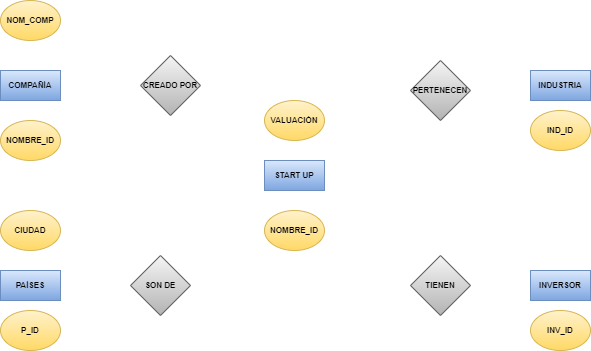
Above: Untitled Diagram.drawio.png in rakzw/Demo2 (draw.io), before the change. Source tidied: cells renumbered, new cells last; positions are measured from the earlier drawing's top-left corner, leaving out a move shared by most shapes. Source of this version:
```xml
<mxGraphModel>
  <root>
    <mxCell id="0" />
    <mxCell id="1" parent="0" />
    <mxCell id="2" value="INVERSOR" style="rounded=0;whiteSpace=wrap;html=1;fontSize=8;fontStyle=1;fillColor=#dae8fc;strokeColor=#6c8ebf;gradientColor=#7ea6e0;fontColor=#000000;" parent="1" vertex="1">
      <mxGeometry x="530" y="270" width="60" height="30" as="geometry" />
    </mxCell>
    <mxCell id="3" value="INDUSTRIA" style="rounded=0;whiteSpace=wrap;html=1;fontSize=8;fontStyle=1;fillColor=#dae8fc;strokeColor=#6c8ebf;gradientColor=#7ea6e0;fontColor=#000000;" parent="1" vertex="1">
      <mxGeometry x="530" y="70" width="60" height="30" as="geometry" />
    </mxCell>
    <mxCell id="4" value="START UP" style="rounded=0;whiteSpace=wrap;html=1;fontSize=8;fontStyle=1;fillColor=#dae8fc;strokeColor=#6c8ebf;gradientColor=#7ea6e0;fontColor=#000000;" parent="1" vertex="1">
      <mxGeometry x="264" y="160" width="60" height="30" as="geometry" />
    </mxCell>
    <mxCell id="5" value="PAÍSES" style="rounded=0;whiteSpace=wrap;html=1;fontSize=8;fontStyle=1;fillColor=#dae8fc;strokeColor=#6c8ebf;gradientColor=#7ea6e0;fontColor=#000000;" parent="1" vertex="1">
      <mxGeometry y="270" width="60" height="30" as="geometry" />
    </mxCell>
    <mxCell id="6" value="COMPAÑÍA" style="rounded=0;whiteSpace=wrap;html=1;fontSize=8;fontStyle=1;fillColor=#dae8fc;strokeColor=#6c8ebf;gradientColor=#7ea6e0;fontColor=#000000;" parent="1" vertex="1">
      <mxGeometry y="70" width="60" height="30" as="geometry" />
    </mxCell>
    <mxCell id="7" value="NOMBRE_ID" style="ellipse;whiteSpace=wrap;html=1;fontSize=8;fillColor=#fff2cc;strokeColor=#d6b656;gradientColor=#ffd966;fontStyle=1;" parent="1" vertex="1">
      <mxGeometry x="264" y="210" width="60" height="40" as="geometry" />
    </mxCell>
    <mxCell id="8" value="NOMBRE_ID" style="ellipse;whiteSpace=wrap;html=1;fontSize=8;fillColor=#fff2cc;strokeColor=#d6b656;gradientColor=#ffd966;fontStyle=1;" parent="1" vertex="1">
      <mxGeometry y="120" width="60" height="40" as="geometry" />
    </mxCell>
    <mxCell id="9" value="IND_ID" style="ellipse;whiteSpace=wrap;html=1;fontSize=8;fillColor=#fff2cc;strokeColor=#d6b656;gradientColor=#ffd966;fontStyle=1;" parent="1" vertex="1">
      <mxGeometry x="530" y="110" width="60" height="40" as="geometry" />
    </mxCell>
    <mxCell id="10" value="INV_ID" style="ellipse;whiteSpace=wrap;html=1;fontSize=8;fillColor=#fff2cc;strokeColor=#d6b656;gradientColor=#ffd966;fontStyle=1;" parent="1" vertex="1">
      <mxGeometry x="530" y="310" width="60" height="40" as="geometry" />
    </mxCell>
    <mxCell id="11" value="P_ID" style="ellipse;whiteSpace=wrap;html=1;fontSize=8;fillColor=#fff2cc;strokeColor=#d6b656;gradientColor=#ffd966;fontStyle=1;" parent="1" vertex="1">
      <mxGeometry y="310" width="60" height="40" as="geometry" />
    </mxCell>
    <mxCell id="12" value="CREADO POR" style="rhombus;whiteSpace=wrap;html=1;fontSize=8;fillColor=#f5f5f5;gradientColor=#b3b3b3;strokeColor=#666666;fontStyle=1;" parent="1" vertex="1">
      <mxGeometry x="140" y="55" width="60" height="60" as="geometry" />
    </mxCell>
    <mxCell id="13" value="SON DE" style="rhombus;whiteSpace=wrap;html=1;fontSize=8;fillColor=#f5f5f5;gradientColor=#b3b3b3;strokeColor=#666666;fontStyle=1;" parent="1" vertex="1">
      <mxGeometry x="130" y="255" width="60" height="60" as="geometry" />
    </mxCell>
    <mxCell id="14" value="TIENEN" style="rhombus;whiteSpace=wrap;html=1;fontSize=8;fillColor=#f5f5f5;gradientColor=#b3b3b3;strokeColor=#666666;fontStyle=1;" parent="1" vertex="1">
      <mxGeometry x="410" y="255" width="60" height="60" as="geometry" />
    </mxCell>
    <mxCell id="15" value="PERTENECEN" style="rhombus;whiteSpace=wrap;html=1;fontSize=8;fillColor=#f5f5f5;gradientColor=#b3b3b3;strokeColor=#666666;fontStyle=1;" parent="1" vertex="1">
      <mxGeometry x="410" y="60" width="60" height="60" as="geometry" />
    </mxCell>
    <mxCell id="16" value="VALUACIÓN" style="ellipse;whiteSpace=wrap;html=1;fontSize=8;fillColor=#fff2cc;strokeColor=#d6b656;gradientColor=#ffd966;fontStyle=1;" parent="1" vertex="1">
      <mxGeometry x="264" y="100" width="60" height="40" as="geometry" />
    </mxCell>
    <mxCell id="17" value="NOM_COMP" style="ellipse;whiteSpace=wrap;html=1;fontSize=8;fillColor=#fff2cc;strokeColor=#d6b656;gradientColor=#ffd966;fontStyle=1;" parent="1" vertex="1">
      <mxGeometry width="60" height="40" as="geometry" />
    </mxCell>
    <mxCell id="18" value="CIUDAD" style="ellipse;whiteSpace=wrap;html=1;fontSize=8;fillColor=#fff2cc;strokeColor=#d6b656;gradientColor=#ffd966;fontStyle=1;" parent="1" vertex="1">
      <mxGeometry y="210" width="60" height="40" as="geometry" />
    </mxCell>
  </root>
</mxGraphModel>
```
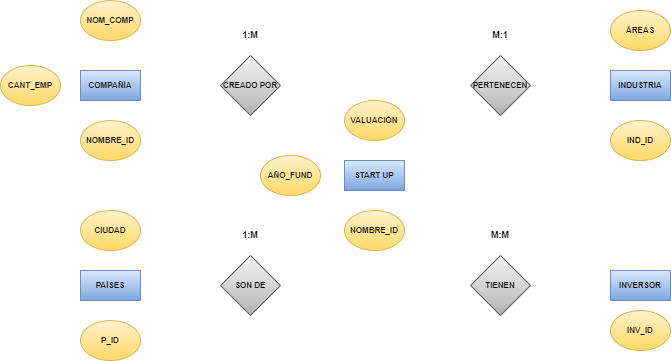
After the commit.

Change to the diagram source:
```diff
@@ -24,25 +24,25 @@
       <mxGeometry y="120" width="60" height="40" as="geometry" />
     </mxCell>
     <mxCell id="9" value="IND_ID" style="ellipse;whiteSpace=wrap;html=1;fontSize=8;fillColor=#fff2cc;strokeColor=#d6b656;gradientColor=#ffd966;fontStyle=1;" parent="1" vertex="1">
-      <mxGeometry x="530" y="110" width="60" height="40" as="geometry" />
+      <mxGeometry x="530" y="120" width="60" height="40" as="geometry" />
     </mxCell>
     <mxCell id="10" value="INV_ID" style="ellipse;whiteSpace=wrap;html=1;fontSize=8;fillColor=#fff2cc;strokeColor=#d6b656;gradientColor=#ffd966;fontStyle=1;" parent="1" vertex="1">
       <mxGeometry x="530" y="310" width="60" height="40" as="geometry" />
     </mxCell>
     <mxCell id="11" value="P_ID" style="ellipse;whiteSpace=wrap;html=1;fontSize=8;fillColor=#fff2cc;strokeColor=#d6b656;gradientColor=#ffd966;fontStyle=1;" parent="1" vertex="1">
-      <mxGeometry y="310" width="60" height="40" as="geometry" />
+      <mxGeometry y="320" width="60" height="40" as="geometry" />
     </mxCell>
     <mxCell id="12" value="CREADO POR" style="rhombus;whiteSpace=wrap;html=1;fontSize=8;fillColor=#f5f5f5;gradientColor=#b3b3b3;strokeColor=#666666;fontStyle=1;" parent="1" vertex="1">
       <mxGeometry x="140" y="55" width="60" height="60" as="geometry" />
     </mxCell>
     <mxCell id="13" value="SON DE" style="rhombus;whiteSpace=wrap;html=1;fontSize=8;fillColor=#f5f5f5;gradientColor=#b3b3b3;strokeColor=#666666;fontStyle=1;" parent="1" vertex="1">
-      <mxGeometry x="130" y="255" width="60" height="60" as="geometry" />
+      <mxGeometry x="140" y="255" width="60" height="60" as="geometry" />
     </mxCell>
     <mxCell id="14" value="TIENEN" style="rhombus;whiteSpace=wrap;html=1;fontSize=8;fillColor=#f5f5f5;gradientColor=#b3b3b3;strokeColor=#666666;fontStyle=1;" parent="1" vertex="1">
-      <mxGeometry x="410" y="255" width="60" height="60" as="geometry" />
+      <mxGeometry x="390" y="255" width="60" height="60" as="geometry" />
     </mxCell>
     <mxCell id="15" value="PERTENECEN" style="rhombus;whiteSpace=wrap;html=1;fontSize=8;fillColor=#f5f5f5;gradientColor=#b3b3b3;strokeColor=#666666;fontStyle=1;" parent="1" vertex="1">
-      <mxGeometry x="410" y="60" width="60" height="60" as="geometry" />
+      <mxGeometry x="390" y="55" width="60" height="60" as="geometry" />
     </mxCell>
     <mxCell id="16" value="VALUACIÓN" style="ellipse;whiteSpace=wrap;html=1;fontSize=8;fillColor=#fff2cc;strokeColor=#d6b656;gradientColor=#ffd966;fontStyle=1;" parent="1" vertex="1">
       <mxGeometry x="264" y="100" width="60" height="40" as="geometry" />
@@ -53,5 +53,26 @@
     <mxCell id="18" value="CIUDAD" style="ellipse;whiteSpace=wrap;html=1;fontSize=8;fillColor=#fff2cc;strokeColor=#d6b656;gradientColor=#ffd966;fontStyle=1;" parent="1" vertex="1">
       <mxGeometry y="210" width="60" height="40" as="geometry" />
     </mxCell>
+    <mxCell id="19" value="1:M" style="text;html=1;strokeColor=none;fillColor=none;align=center;verticalAlign=middle;whiteSpace=wrap;rounded=0;fontSize=9;fontColor=#000000;fontStyle=1;" parent="1" vertex="1">
+      <mxGeometry x="140" y="20" width="60" height="30" as="geometry" />
+    </mxCell>
+    <mxCell id="20" value="M:1" style="text;html=1;strokeColor=none;fillColor=none;align=center;verticalAlign=middle;whiteSpace=wrap;rounded=0;fontSize=9;fontColor=#000000;fontStyle=1;" parent="1" vertex="1">
+      <mxGeometry x="390" y="20" width="60" height="30" as="geometry" />
+    </mxCell>
+    <mxCell id="21" value="M:M" style="text;html=1;strokeColor=none;fillColor=none;align=center;verticalAlign=middle;whiteSpace=wrap;rounded=0;fontSize=9;fontColor=#000000;fontStyle=1;" parent="1" vertex="1">
+      <mxGeometry x="390" y="220" width="60" height="30" as="geometry" />
+    </mxCell>
+    <mxCell id="22" value="1:M" style="text;html=1;strokeColor=none;fillColor=none;align=center;verticalAlign=middle;whiteSpace=wrap;rounded=0;fontSize=9;fontColor=#000000;fontStyle=1;" parent="1" vertex="1">
+      <mxGeometry x="140" y="220" width="60" height="30" as="geometry" />
+    </mxCell>
+    <mxCell id="23" value="CANT_EMP" style="ellipse;whiteSpace=wrap;html=1;fontSize=8;fillColor=#fff2cc;strokeColor=#d6b656;gradientColor=#ffd966;fontStyle=1;" parent="1" vertex="1">
+      <mxGeometry x="-80" y="65" width="60" height="40" as="geometry" />
+    </mxCell>
+    <mxCell id="24" value="AÑO_FUND" style="ellipse;whiteSpace=wrap;html=1;fontSize=8;fillColor=#fff2cc;strokeColor=#d6b656;gradientColor=#ffd966;fontStyle=1;" parent="1" vertex="1">
+      <mxGeometry x="180" y="155" width="60" height="40" as="geometry" />
+    </mxCell>
+    <mxCell id="25" value="ÁREAS" style="ellipse;whiteSpace=wrap;html=1;fontSize=8;fillColor=#fff2cc;strokeColor=#d6b656;gradientColor=#ffd966;fontStyle=1;" parent="1" vertex="1">
+      <mxGeometry x="530" y="10" width="60" height="40" as="geometry" />
+    </mxCell>
   </root>
 </mxGraphModel>
```
